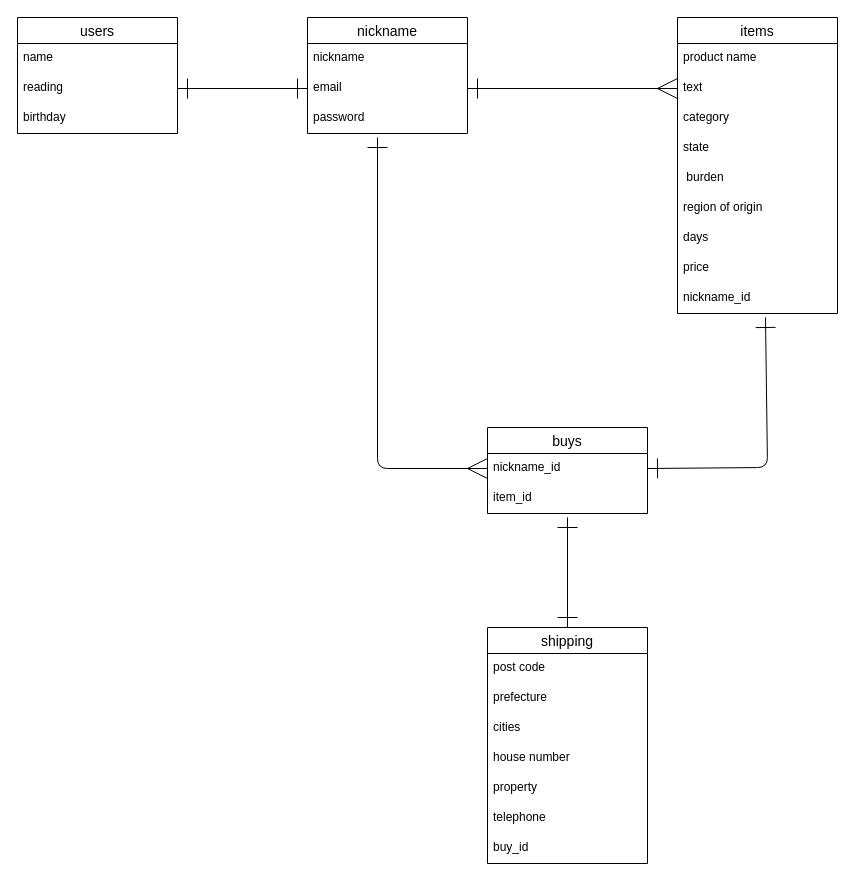
Earlier version of the draw.io diagram app/views/FURIMA.dio (kojiro-hara/furima-41024). Source tidied: cells renumbered, new cells numbered last; positions are measured from the earlier drawing's top-left corner, leaving out a move shared by most shapes. Both pictures are drawn from the tidied source at 100%, with x=0, y=0 at pixel (17, 17).
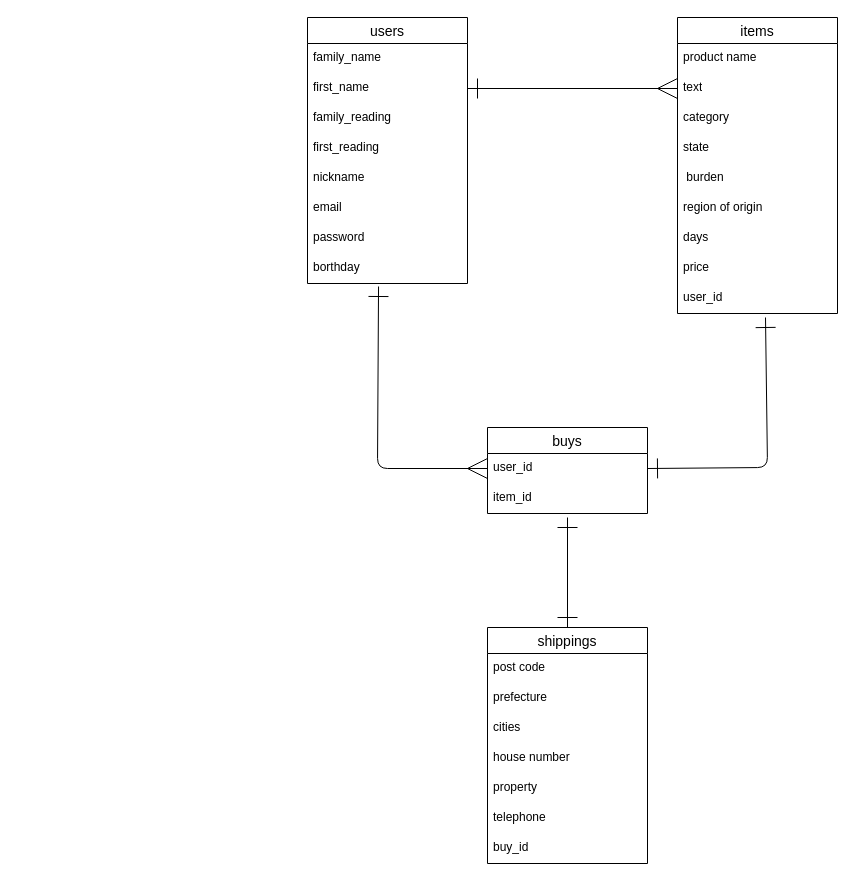
After the change.

The change refers to these unchanged cells:
```xml
<mxCell id="6" value="items" style="swimlane;fontStyle=0;horizontal=1;startSize=26;align=center;fontSize=14;" parent="1" vertex="1">
  <mxGeometry x="660" width="160" height="296" as="geometry" />
</mxCell>
<mxCell id="8" value="text" style="text;strokeColor=none;fillColor=none;spacingLeft=4;spacingRight=4;overflow=hidden;points=[[0,0.5],[1,0.5]];portConstraint=eastwest;fontSize=12;whiteSpace=wrap;html=1;" parent="6" vertex="1">
  <mxGeometry y="56" width="160" height="30" as="geometry" />
</mxCell>
<mxCell id="16" value="buys" style="swimlane;fontStyle=0;horizontal=1;startSize=26;align=center;fontSize=14;" parent="1" vertex="1">
  <mxGeometry x="470" y="410" width="160" height="86" as="geometry" />
</mxCell>
```

What changed in the source:
```diff
@@
-    <mxCell id="2" value="nickname" style="swimlane;fontStyle=0;horizontal=1;startSize=26;align=center;fontSize=14;" parent="1" vertex="1">
-      <mxGeometry x="290" width="160" height="116" as="geometry" />
+    <mxCell id="2" value="users" style="swimlane;fontStyle=0;horizontal=1;startSize=26;align=center;fontSize=14;" parent="1" vertex="1">
+      <mxGeometry x="290" width="160" height="266" as="geometry" />
     </mxCell>
+    <mxCell id="35" value="family_name&lt;div&gt;&lt;br&gt;&lt;/div&gt;" style="text;strokeColor=none;fillColor=none;spacingLeft=4;spacingRight=4;overflow=hidden;fontSize=12;whiteSpace=wrap;html=1;" parent="2" vertex="1">
+      <mxGeometry y="26" width="160" height="30" as="geometry" />
+    </mxCell>
-    <mxCell id="3" value="nickname&lt;div&gt;&lt;br&gt;&lt;/div&gt;&lt;div&gt;&lt;br&gt;&lt;/div&gt;&lt;div&gt;&lt;br&gt;&lt;/div&gt;" style="text;strokeColor=none;fillColor=none;spacingLeft=4;spacingRight=4;overflow=hidden;points=[[0,0.5],[1,0.5]];portConstraint=eastwest;fontSize=12;whiteSpace=wrap;html=1;" parent="2" vertex="1">
-      <mxGeometry y="26" width="160" height="30" as="geometry" />
+    <mxCell id="3" value="first_name" style="text;strokeColor=none;fillColor=none;spacingLeft=4;spacingRight=4;overflow=hidden;points=[[0,0.5],[1,0.5]];portConstraint=eastwest;fontSize=12;whiteSpace=wrap;html=1;" parent="2" vertex="1">
+      <mxGeometry y="56" width="160" height="30" as="geometry" />
     </mxCell>
+    <mxCell id="36" value="family_reading" style="text;strokeColor=none;fillColor=none;spacingLeft=4;spacingRight=4;overflow=hidden;fontSize=12;whiteSpace=wrap;html=1;" parent="2" vertex="1">
+      <mxGeometry y="86" width="160" height="30" as="geometry" />
+    </mxCell>
+    <mxCell id="37" value="first_reading" style="text;strokeColor=none;fillColor=none;spacingLeft=4;spacingRight=4;overflow=hidden;fontSize=12;whiteSpace=wrap;html=1;" parent="2" vertex="1">
+      <mxGeometry y="116" width="160" height="30" as="geometry" />
+    </mxCell>
+    <mxCell id="38" value="nickname" style="text;strokeColor=none;fillColor=none;spacingLeft=4;spacingRight=4;overflow=hidden;fontSize=12;whiteSpace=wrap;html=1;" parent="2" vertex="1">
+      <mxGeometry y="146" width="160" height="30" as="geometry" />
+    </mxCell>
     <mxCell id="4" value="email&lt;div&gt;&lt;br&gt;&lt;/div&gt;&lt;div&gt;&lt;br&gt;&lt;/div&gt;&lt;div&gt;&lt;br&gt;&lt;/div&gt;&lt;div&gt;&lt;br&gt;&lt;/div&gt;" style="text;strokeColor=none;fillColor=none;spacingLeft=4;spacingRight=4;overflow=hidden;points=[[0,0.5],[1,0.5]];portConstraint=eastwest;fontSize=12;whiteSpace=wrap;html=1;" parent="2" vertex="1">
-      <mxGeometry y="56" width="160" height="30" as="geometry" />
+      <mxGeometry y="176" width="160" height="30" as="geometry" />
     </mxCell>
+    <mxCell id="39" value="password" style="text;strokeColor=none;fillColor=none;spacingLeft=4;spacingRight=4;overflow=hidden;fontSize=12;whiteSpace=wrap;html=1;" parent="2" vertex="1">
+      <mxGeometry y="206" width="160" height="30" as="geometry" />
+    </mxCell>
-    <mxCell id="5" value="password" style="text;strokeColor=none;fillColor=none;spacingLeft=4;spacingRight=4;overflow=hidden;points=[[0,0.5],[1,0.5]];portConstraint=eastwest;fontSize=12;whiteSpace=wrap;html=1;" parent="2" vertex="1">
-      <mxGeometry y="86" width="160" height="30" as="geometry" />
+    <mxCell id="5" value="borthday" style="text;strokeColor=none;fillColor=none;spacingLeft=4;spacingRight=4;overflow=hidden;points=[[0,0.5],[1,0.5]];portConstraint=eastwest;fontSize=12;whiteSpace=wrap;html=1;" parent="2" vertex="1">
+      <mxGeometry y="236" width="160" height="30" as="geometry" />
     </mxCell>
@@
-    <mxCell id="15" value="nickname_id&lt;div&gt;&lt;br&gt;&lt;/div&gt;" style="text;strokeColor=none;fillColor=none;spacingLeft=4;spacingRight=4;overflow=hidden;points=[[0,0.5],[1,0.5]];portConstraint=eastwest;fontSize=12;whiteSpace=wrap;html=1;" parent="6" vertex="1">
-      <mxGeometry y="266" width="160" height="30" as="geometry" />
-    </mxCell>
+    <mxCell id="40" value="user_id&lt;div&gt;&lt;br&gt;&lt;/div&gt;" style="text;strokeColor=none;fillColor=none;spacingLeft=4;spacingRight=4;overflow=hidden;fontSize=12;whiteSpace=wrap;html=1;" parent="6" vertex="1">
+      <mxGeometry y="266" width="160" height="30" as="geometry" />
+    </mxCell>
@@
-    <mxCell id="17" style="edgeStyle=none;html=1;endArrow=ERone;endFill=0;startArrow=ERmany;startFill=0;endSize=18;startSize=18;" parent="16" edge="1" source="18">
-      <mxGeometry relative="1" as="geometry">
-        <mxPoint x="-110" y="-290" as="targetPoint" />
-        <Array as="points">
-          <mxPoint x="-110" y="41" />
-        </Array>
-      </mxGeometry>
-    </mxCell>
-    <mxCell id="18" value="nickname_id" style="text;strokeColor=none;fillColor=none;spacingLeft=4;spacingRight=4;overflow=hidden;points=[[0,0.5],[1,0.5]];portConstraint=eastwest;fontSize=12;whiteSpace=wrap;html=1;" parent="16" vertex="1">
+    <mxCell id="18" value="user_id" style="text;strokeColor=none;fillColor=none;spacingLeft=4;spacingRight=4;overflow=hidden;points=[[0,0.5],[1,0.5]];portConstraint=eastwest;fontSize=12;whiteSpace=wrap;html=1;" parent="16" vertex="1">
       <mxGeometry y="26" width="160" height="30" as="geometry" />
     </mxCell>
@@
-    <mxCell id="21" value="shipping" style="swimlane;fontStyle=0;horizontal=1;startSize=26;align=center;fontSize=14;" parent="1" vertex="1">
+    <mxCell id="21" value="shippings" style="swimlane;fontStyle=0;horizontal=1;startSize=26;align=center;fontSize=14;" parent="1" vertex="1">
       <mxGeometry x="470" y="610" width="160" height="236" as="geometry" />
     </mxCell>
@@
-    <mxCell id="29" style="edgeStyle=none;html=1;exitX=1;exitY=0.5;exitDx=0;exitDy=0;entryX=0.55;entryY=1.133;entryDx=0;entryDy=0;entryPerimeter=0;endSize=18;startSize=18;endArrow=ERone;endFill=0;startArrow=ERone;startFill=0;" parent="1" edge="1" source="18" target="15">
+    <mxCell id="29" style="edgeStyle=none;html=1;exitX=1;exitY=0.5;exitDx=0;exitDy=0;endSize=18;startSize=18;endArrow=ERone;endFill=0;startArrow=ERone;startFill=0;" parent="1" edge="1" source="18">
       <mxGeometry relative="1" as="geometry">
+        <mxPoint x="748" y="300" as="targetPoint" />
         <Array as="points">
           <mxPoint x="750" y="450" />
         </Array>
       </mxGeometry>
     </mxCell>
-    <mxCell id="30" value="users" style="swimlane;fontStyle=0;horizontal=1;startSize=26;align=center;fontSize=14;" parent="1" vertex="1">
-      <mxGeometry width="160" height="116" as="geometry" />
-    </mxCell>
-    <mxCell id="31" value="name" style="text;strokeColor=none;fillColor=none;spacingLeft=4;spacingRight=4;overflow=hidden;fontSize=12;whiteSpace=wrap;html=1;" parent="30" vertex="1">
-      <mxGeometry y="26" width="160" height="30" as="geometry" />
-    </mxCell>
-    <mxCell id="32" value="reading" style="text;strokeColor=none;fillColor=none;spacingLeft=4;spacingRight=4;overflow=hidden;points=[[0,0.5],[1,0.5]];portConstraint=eastwest;fontSize=12;whiteSpace=wrap;html=1;" parent="30" vertex="1">
-      <mxGeometry y="56" width="160" height="30" as="geometry" />
-    </mxCell>
-    <mxCell id="33" value="birthday" style="text;strokeColor=none;fillColor=none;spacingLeft=4;spacingRight=4;overflow=hidden;fontSize=12;whiteSpace=wrap;html=1;" parent="30" vertex="1">
-      <mxGeometry y="86" width="160" height="30" as="geometry" />
-    </mxCell>
-    <mxCell id="34" style="edgeStyle=none;html=1;entryX=0;entryY=0.5;entryDx=0;entryDy=0;endArrow=ERmany;endFill=0;endSize=18;startSize=18;startArrow=ERone;startFill=0;" parent="1" edge="1" source="4" target="8">
+    <mxCell id="34" style="edgeStyle=none;html=1;entryX=0;entryY=0.5;entryDx=0;entryDy=0;endArrow=ERmany;endFill=0;endSize=18;startSize=18;startArrow=ERone;startFill=0;exitX=1;exitY=0.5;exitDx=0;exitDy=0;" parent="1" edge="1" source="3" target="8">
       <mxGeometry relative="1" as="geometry" />
     </mxCell>
-    <mxCell id="35" style="edgeStyle=none;html=1;entryX=0;entryY=0.5;entryDx=0;entryDy=0;endSize=18;startSize=18;endArrow=ERone;endFill=0;startArrow=ERone;startFill=0;" parent="1" edge="1" source="32" target="4">
-      <mxGeometry relative="1" as="geometry" />
-    </mxCell>
+    <mxCell id="17" style="edgeStyle=none;html=1;endArrow=ERone;endFill=0;startArrow=ERmany;startFill=0;endSize=18;startSize=18;entryX=0.444;entryY=1.1;entryDx=0;entryDy=0;entryPerimeter=0;" parent="1" edge="1" source="18" target="5">
+      <mxGeometry relative="1" as="geometry">
+        <Array as="points">
+          <mxPoint x="360" y="451" />
+        </Array>
+      </mxGeometry>
+    </mxCell>
```
